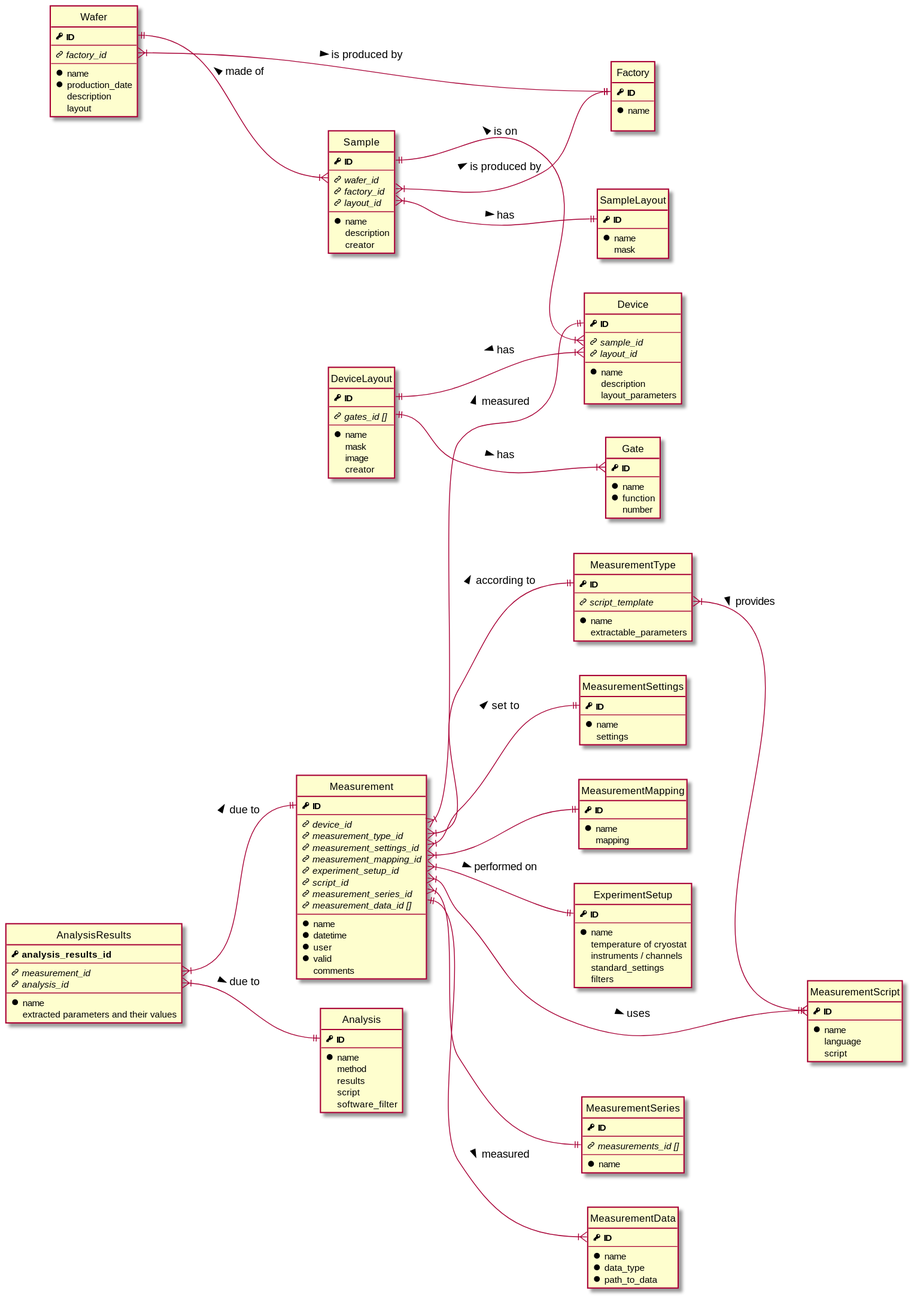
Before: docs/diagrams/ER_diagram/ER_diagram.svg, a diagram exported from PlantUML (qutech/QuMADA). The source it was exported from:
```plantuml
@startuml

left to right direction
hide circle

!define PK <size:12><&key></size><b>
!define FK <size:12><&link-intact></size><i>

entity "Wafer" as wafer {
    PK ID
    --
    FK factory_id
    --
    * name
    * production_date
    description
    layout
}

entity "Factory" as factory {
    PK ID
    --
    * name

}

entity "Sample" as sample {
    PK ID
    --
    FK wafer_id
    FK factory_id
    FK layout_id
    --
    * name
    description
    creator
}

entity "SampleLayout" as sampleLayout {
    PK ID
    --
    * name
    mask
}

entity "Device" as device {
    PK ID
    --
    FK sample_id
    FK layout_id
    --
    * name
    description
    layout_parameters
}

entity "DeviceLayout" as deviceLayout {
    PK ID
    --
    FK gates_id []
    --
    * name
    mask
    image
    creator
}

entity "Gate" as gate {
    PK ID
    --
    * name
    * function
    number
}

entity "MeasurementSeries" as measSeries {
    PK ID
    --
    FK measurements_id []
    --
    * name
}

entity "Measurement" as meas {
    PK ID
    --
    FK device_id
    FK measurement_type_id
    FK measurement_settings_id
    FK measurement_mapping_id
    FK experiment_setup_id
    FK script_id
    FK measurement_series_id
    FK measurement_data_id []
    --
    * name
    * datetime
    * user
    * valid
    comments
}

entity "MeasurementData" as measData {
    PK ID
    --
    * name
    * data_type
    * path_to_data
}

entity "ExperimentSetup" as exp {
    PK ID
    --
    * name
    temperature of cryostat
    instruments / channels
    standard_settings
    filters
}

entity "MeasurementScript" as measScript {
    PK ID
    --
    * name
    language
    script
}

entity "MeasurementSettings" as measSettings {
    PK ID
    --
    * name
    settings
}

entity "MeasurementMapping" as measMapping {
    PK ID
    --
    * name
    mapping
}

entity "MeasurementType" as measType {
    PK ID
    --
    FK script_template
    --
    * name
    extractable_parameters
}

entity "Analysis" as analysis {
    PK ID
    --
    * name
    method
    results
    script
    software_filter
}

entity "AnalysisResults" as analysisResults {
    PK analysis_results_id
    --
    FK measurement_id
    FK analysis_id
    --
    * name
    extracted parameters and their values
}



wafer::ID ||--|{ sample::wafer_id : made of <
wafer::factory_id }|--|| factory::ID : is produced by >
sample::ID ||--|{ device::sample_id : is on <
sample::factory_id }|--|| factory::ID : is produced by >
sample::layout_id }|--|| sampleLayout::ID : has >
deviceLayout::ID ||--|{ device::layout_id : has <
deviceLayout::gates_id ||--|{ gate::ID : has >
measType::script_template }|--|{ measScript::ID : provides >
meas::measurement_series_id }|--|| measSeries::measurements_id
meas::script_id }|--|| measScript::ID : uses >
meas::measurement_type_id }|--|| measType::ID : according to >
meas::measurement_settings_id }|--|| measSettings::ID : set to >
meas::measurement_mapping_id }|--|| measMapping::ID
meas::device_id }|--|| device::ID : measured >
meas::experiment_setup_id }|--|| exp::ID : performed on >
meas::measurement_data_id ||--|{ measData::ID : measured >
analysisResults::analysis_id }|--|| analysis::ID : due to >
analysisResults::measurement_id }|--|| meas::ID : due to >

@enduml
```
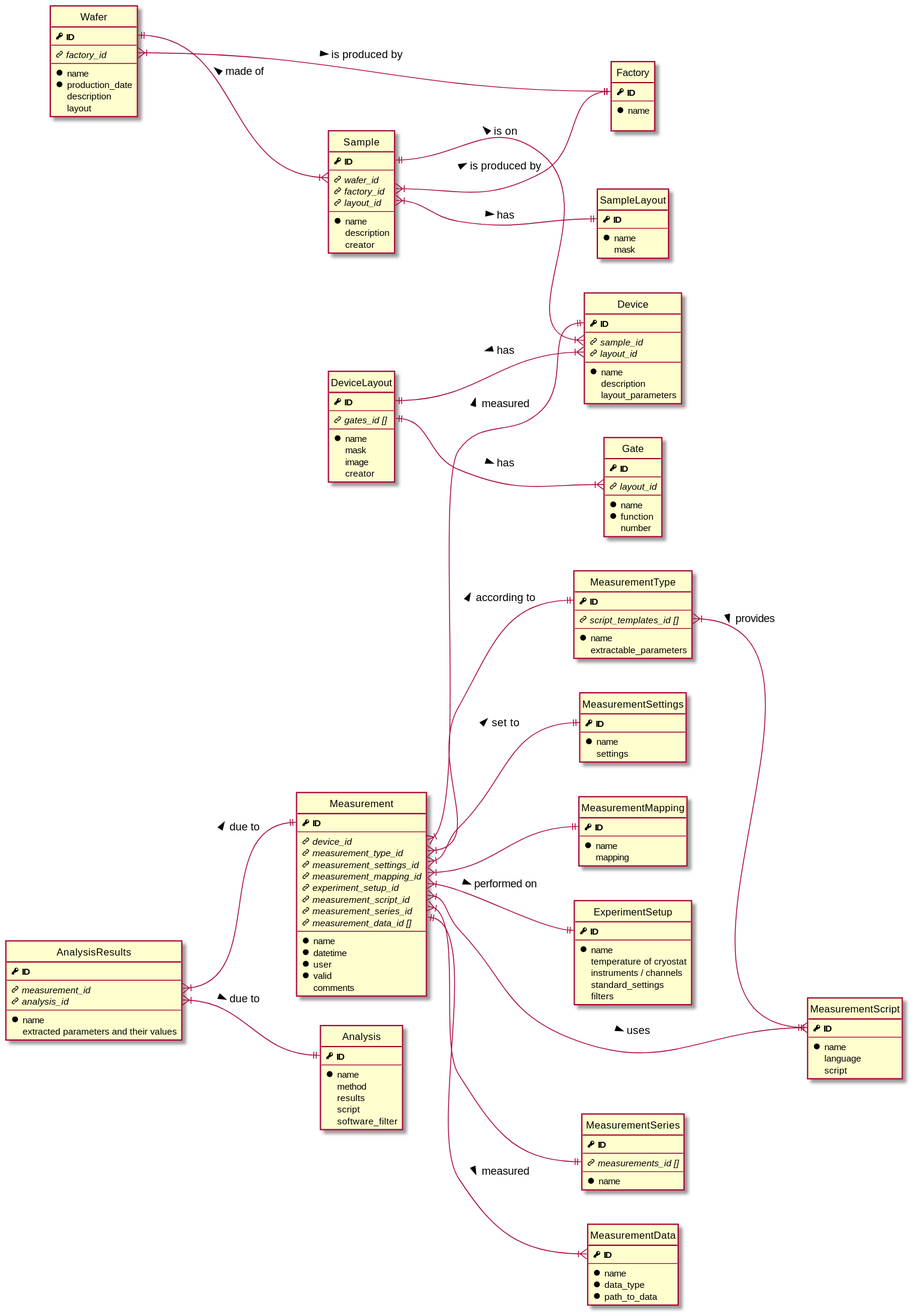
Later version of the same file.

Change to the diagram source:
```diff
@@ -68,6 +68,8 @@
 entity "Gate" as gate {
     PK ID
     --
+    FK layout_id
+    --
     * name
     * function
     number
@@ -89,7 +91,7 @@
     FK measurement_settings_id
     FK measurement_mapping_id
     FK experiment_setup_id
-    FK script_id
+    FK measurement_script_id
     FK measurement_series_id
     FK measurement_data_id []
     --
@@ -143,7 +145,7 @@
 entity "MeasurementType" as measType {
     PK ID
     --
-    FK script_template
+    FK script_templates_id []
     --
     * name
     extractable_parameters
@@ -160,7 +162,7 @@
 }
 
 entity "AnalysisResults" as analysisResults {
-    PK analysis_results_id
+    PK ID
     --
     FK measurement_id
     FK analysis_id
@@ -177,7 +179,7 @@
 sample::factory_id }|--|| factory::ID : is produced by >
 sample::layout_id }|--|| sampleLayout::ID : has >
 deviceLayout::ID ||--|{ device::layout_id : has <
-deviceLayout::gates_id ||--|{ gate::ID : has >
+deviceLayout::gates_id ||--|{ gate::layout_id : has >
 measType::script_template }|--|{ measScript::ID : provides >
 meas::measurement_series_id }|--|| measSeries::measurements_id
 meas::script_id }|--|| measScript::ID : uses >
```
